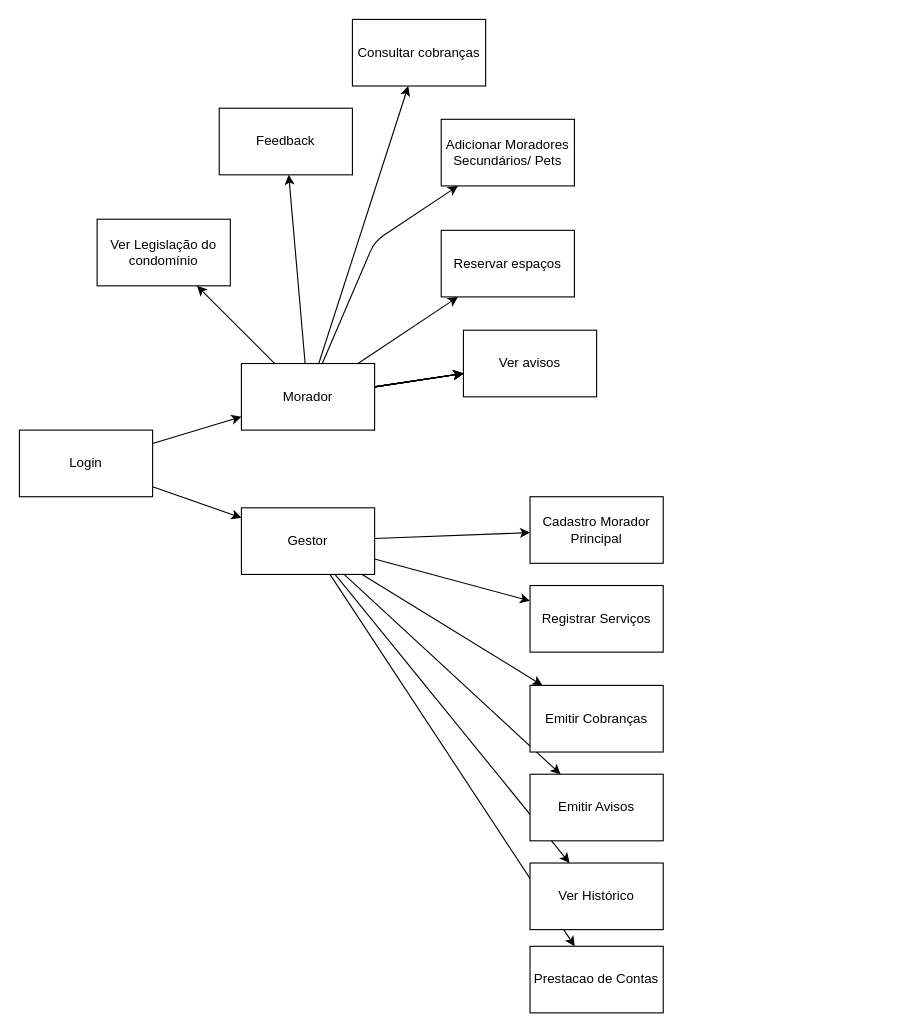
Above: fluxograma.drawio in viniciuslidington/CondominiumManagementProject (draw.io), before the change. Source tidied: cells renumbered, new cells numbered last; positions are measured from the earlier drawing's top-left corner, leaving out a move shared by most shapes. Both pictures are drawn from the tidied source at 111%, with x=0, y=0 at pixel (19, 19).
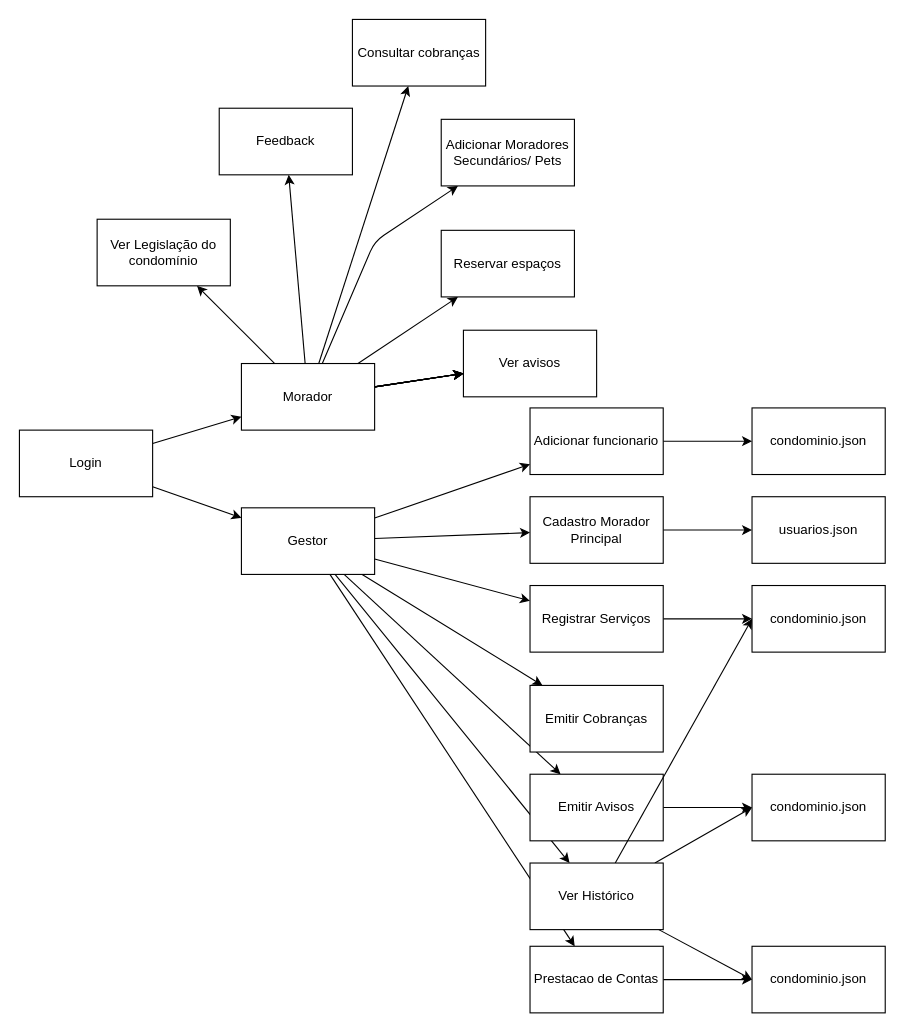
The same page after the edit.

Unchanged cells that the change refers to:
```xml
<mxCell id="23" value="Gestor&lt;br&gt;" style="whiteSpace=wrap;html=1;rounded=0;" parent="1" vertex="1">
  <mxGeometry x="200" y="440" width="120" height="60" as="geometry" />
</mxCell>
<mxCell id="30" value="Cadastro Morador Principal&lt;br&gt;" style="whiteSpace=wrap;html=1;rounded=0;" parent="1" vertex="1">
  <mxGeometry x="460" y="430" width="120" height="60" as="geometry" />
</mxCell>
<mxCell id="31" value="Registrar Serviços" style="whiteSpace=wrap;html=1;rounded=0;" parent="1" vertex="1">
  <mxGeometry x="460" y="510" width="120" height="60" as="geometry" />
</mxCell>
<mxCell id="33" value="Emitir Avisos" style="whiteSpace=wrap;html=1;rounded=0;" parent="1" vertex="1">
  <mxGeometry x="460" y="680" width="120" height="60" as="geometry" />
</mxCell>
<mxCell id="34" value="Ver Histórico" style="whiteSpace=wrap;html=1;rounded=0;" parent="1" vertex="1">
  <mxGeometry x="460" y="760" width="120" height="60" as="geometry" />
</mxCell>
<mxCell id="35" value="Prestacao de Contas" style="whiteSpace=wrap;html=1;rounded=0;" parent="1" vertex="1">
  <mxGeometry x="460" y="835" width="120" height="60" as="geometry" />
</mxCell>
```

What changed in the source:
```diff
@@
+    <mxCell id="36" style="edgeStyle=none;html=1;" parent="1" edge="1" source="23" target="49">
+      <mxGeometry relative="1" as="geometry" />
+    </mxCell>
@@
+    <mxCell id="37" style="edgeStyle=none;html=1;" parent="1" edge="1" source="30" target="44">
+      <mxGeometry relative="1" as="geometry" />
+    </mxCell>
@@
+    <mxCell id="38" style="edgeStyle=none;html=1;" parent="1" edge="1" source="31" target="45">
+      <mxGeometry relative="1" as="geometry" />
+    </mxCell>
@@
+    <mxCell id="39" style="edgeStyle=none;html=1;" parent="1" edge="1" source="33" target="46">
+      <mxGeometry relative="1" as="geometry" />
+    </mxCell>
@@
+    <mxCell id="40" style="edgeStyle=none;html=1;entryX=0;entryY=0.5;entryDx=0;entryDy=0;" parent="1" edge="1" source="34" target="46">
+      <mxGeometry relative="1" as="geometry" />
+    </mxCell>
+    <mxCell id="41" style="edgeStyle=none;html=1;entryX=0;entryY=0.5;entryDx=0;entryDy=0;" parent="1" edge="1" source="34" target="45">
+      <mxGeometry relative="1" as="geometry" />
+    </mxCell>
+    <mxCell id="42" style="edgeStyle=none;html=1;entryX=0;entryY=0.5;entryDx=0;entryDy=0;" parent="1" edge="1" source="34" target="47">
+      <mxGeometry relative="1" as="geometry" />
+    </mxCell>
@@
+    <mxCell id="43" style="edgeStyle=none;html=1;" parent="1" edge="1" source="35" target="47">
+      <mxGeometry relative="1" as="geometry" />
+    </mxCell>
@@
+    <mxCell id="44" value="usuarios.json" style="whiteSpace=wrap;html=1;rounded=0;" parent="1" vertex="1">
+      <mxGeometry x="660" y="430" width="120" height="60" as="geometry" />
+    </mxCell>
+    <mxCell id="45" value="condominio.json" style="whiteSpace=wrap;html=1;rounded=0;" parent="1" vertex="1">
+      <mxGeometry x="660" y="510" width="120" height="60" as="geometry" />
+    </mxCell>
+    <mxCell id="46" value="condominio.json" style="whiteSpace=wrap;html=1;rounded=0;" parent="1" vertex="1">
+      <mxGeometry x="660" y="680" width="120" height="60" as="geometry" />
+    </mxCell>
+    <mxCell id="47" value="condominio.json" style="whiteSpace=wrap;html=1;rounded=0;" parent="1" vertex="1">
+      <mxGeometry x="660" y="835" width="120" height="60" as="geometry" />
+    </mxCell>
+    <mxCell id="48" style="edgeStyle=none;html=1;" parent="1" edge="1" source="49" target="50">
+      <mxGeometry relative="1" as="geometry" />
+    </mxCell>
+    <mxCell id="49" value="Adicionar funcionario&lt;br&gt;" style="whiteSpace=wrap;html=1;rounded=0;" parent="1" vertex="1">
+      <mxGeometry x="460" y="350" width="120" height="60" as="geometry" />
+    </mxCell>
+    <mxCell id="50" value="condominio.json" style="whiteSpace=wrap;html=1;rounded=0;" parent="1" vertex="1">
+      <mxGeometry x="660" y="350" width="120" height="60" as="geometry" />
+    </mxCell>
```
